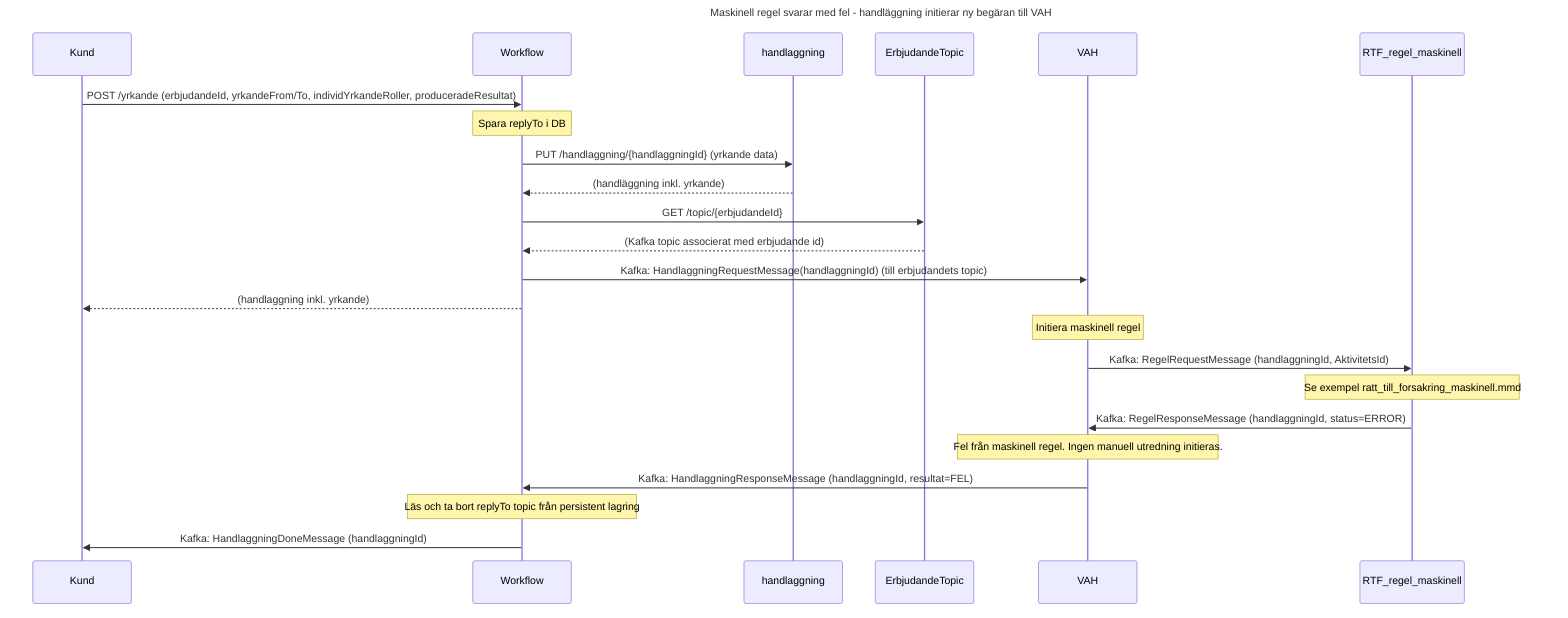
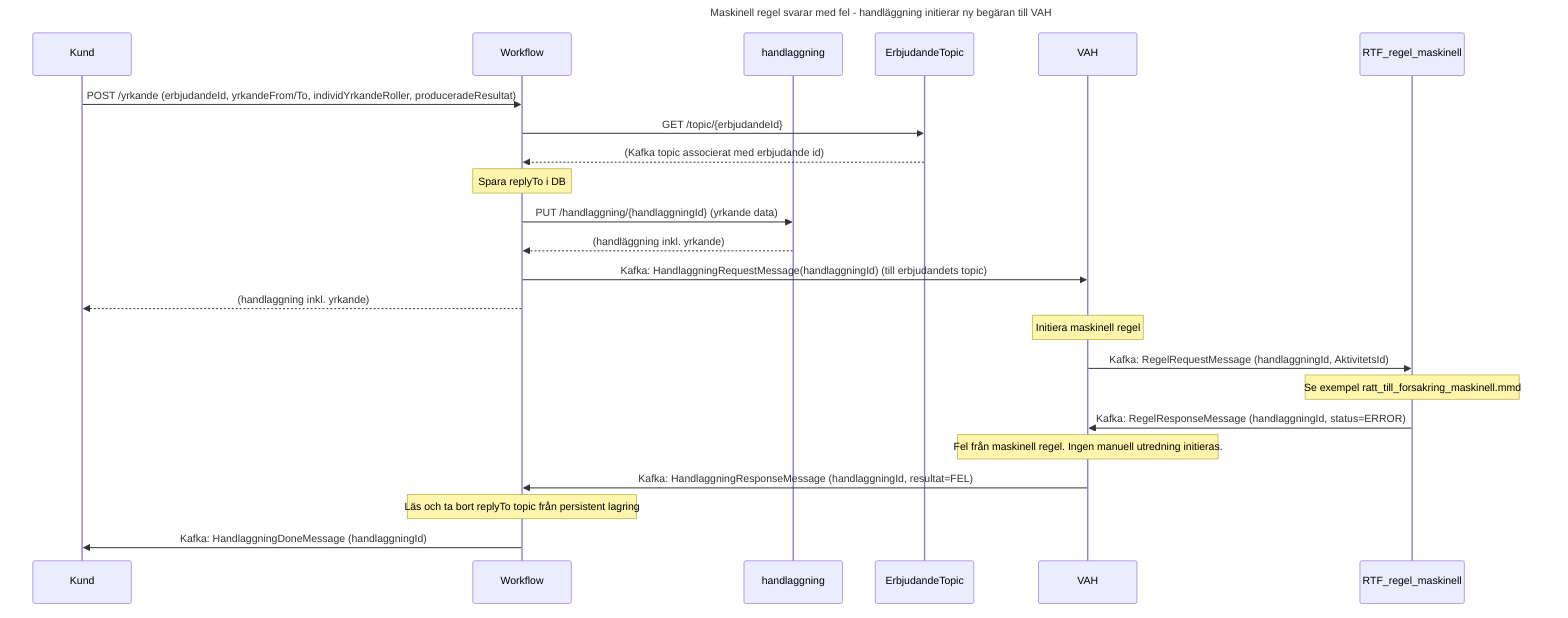
sequenceDiagram
    title Maskinell regel svarar med fel - handläggning initierar ny begäran till VAH
    participant Kund
    participant Workflow
    participant handlaggning
    participant ErbjudandeTopic
    participant VAH
    participant RTF_regel_maskinell

    Kund ->> Workflow: POST /yrkande (erbjudandeId, yrkandeFrom/To, individYrkandeRoller, produceradeResultat)
+     Workflow ->> ErbjudandeTopic: GET /topic/{erbjudandeId}
+     ErbjudandeTopic -->> Workflow: (Kafka topic associerat med erbjudande id)
    note over Workflow: Spara replyTo i DB
    Workflow ->> handlaggning: PUT /handlaggning/{handlaggningId} (yrkande data)
    handlaggning -->> Workflow: (handläggning inkl. yrkande)
-     Workflow ->> ErbjudandeTopic: GET /topic/{erbjudandeId}
-     ErbjudandeTopic -->> Workflow: (Kafka topic associerat med erbjudande id)
    Workflow ->> VAH: Kafka: HandlaggningRequestMessage(handlaggningId) (till erbjudandets topic)
    Workflow -->> Kund: (handlaggning inkl. yrkande)

    note over VAH: Initiera maskinell regel

    VAH ->> RTF_regel_maskinell: Kafka: RegelRequestMessage (handlaggningId, AktivitetsId)

    note over RTF_regel_maskinell: Se exempel ratt_till_forsakring_maskinell.mmd

    RTF_regel_maskinell ->> VAH: Kafka: RegelResponseMessage (handlaggningId, status=ERROR)
    note over VAH: Fel från maskinell regel. Ingen manuell utredning initieras.

    VAH ->> Workflow: Kafka: HandlaggningResponseMessage (handlaggningId, resultat=FEL)
    note over Workflow: Läs och ta bort replyTo topic från persistent lagring

    Workflow ->> Kund: Kafka: HandlaggningDoneMessage (handlaggningId)